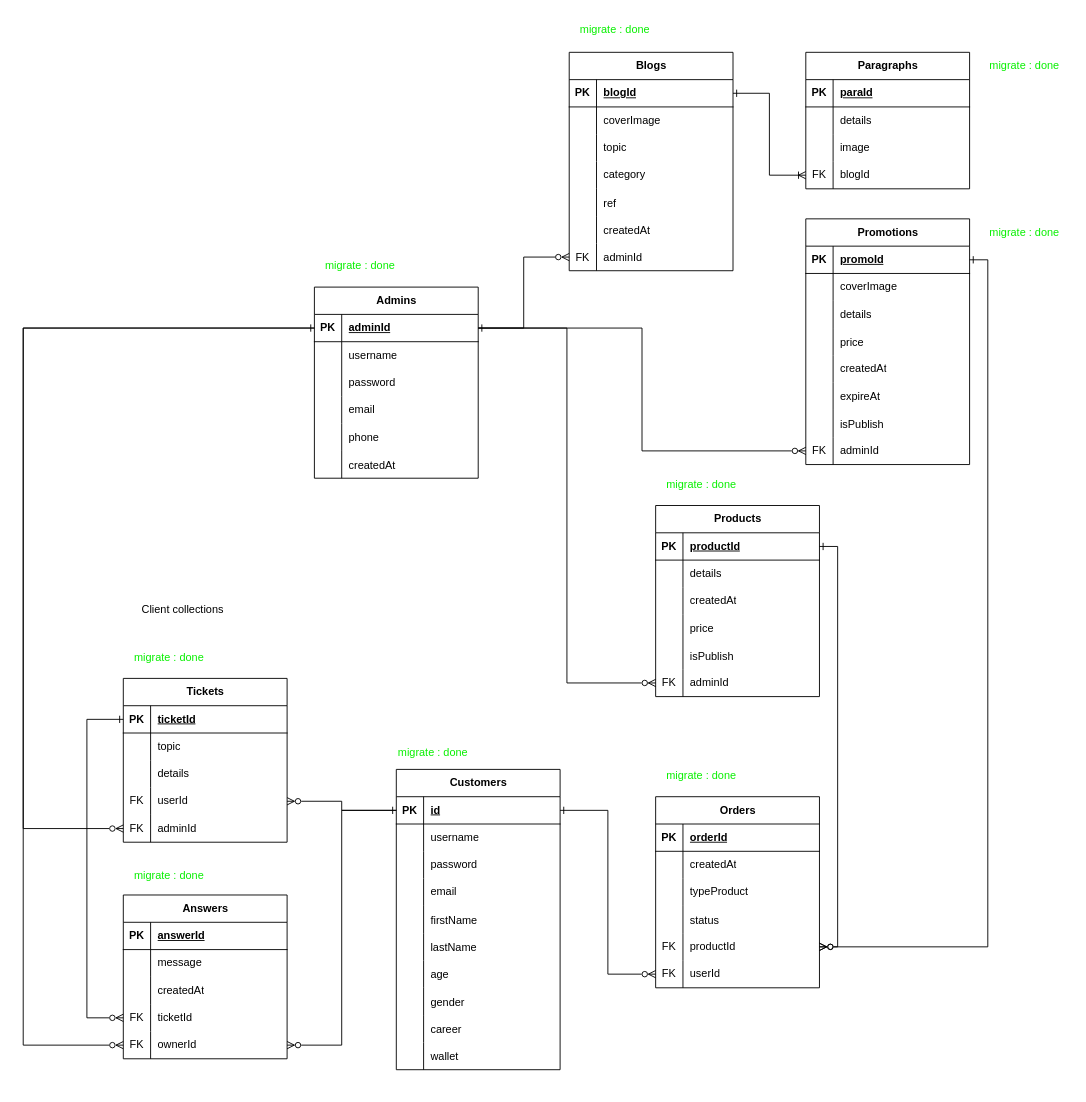
Earlier version of the draw.io diagram UML.drawio (kang-van-gent/I-like). Source tidied: cells renumbered, new cells numbered last; positions are measured from the earlier drawing's top-left corner, leaving out a move shared by most shapes. Both pictures are drawn from the tidied source at 91%, with x=0, y=0 at pixel (23, 15).
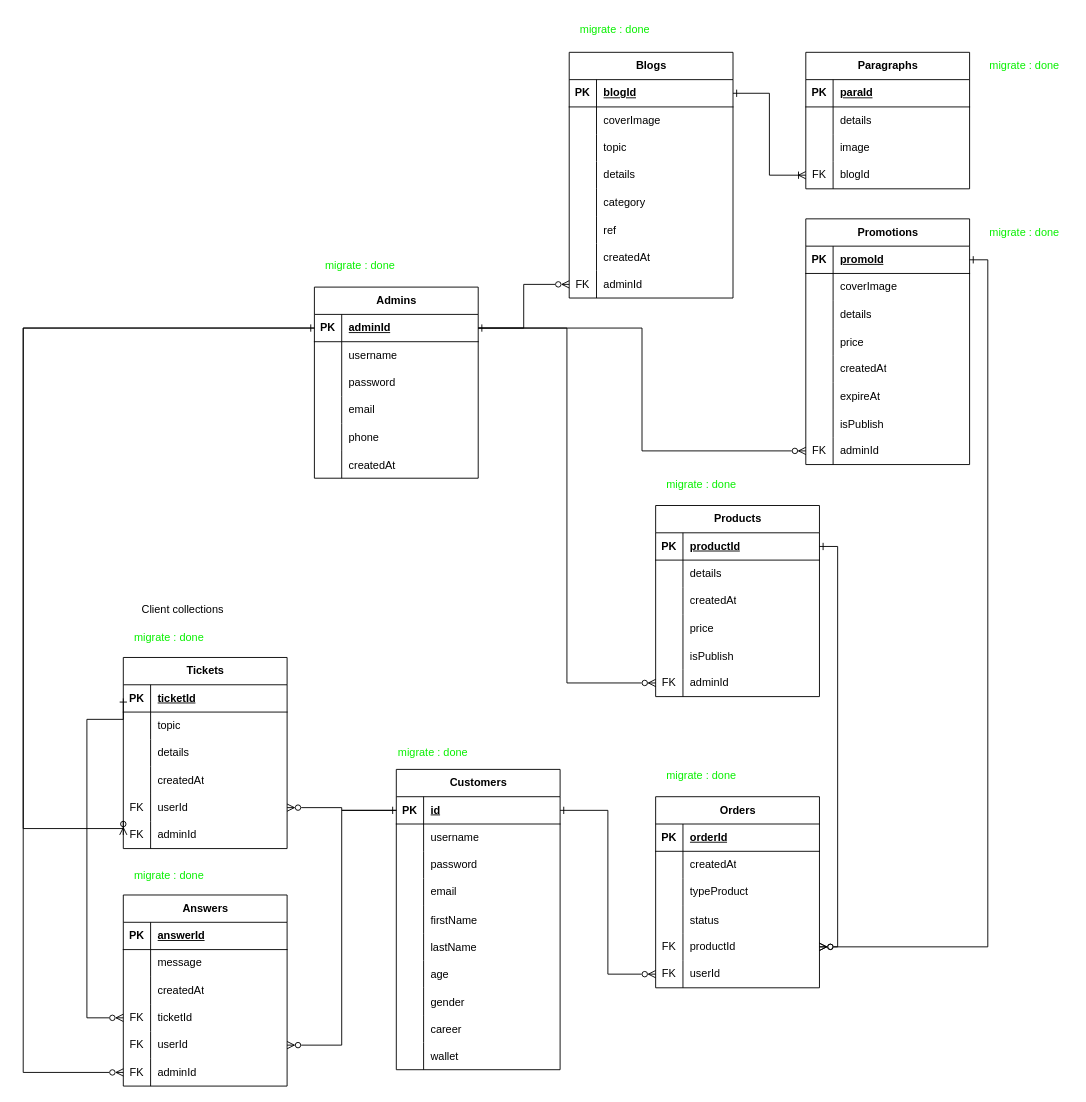
After the change.

The change refers to these unchanged cells:
```xml
<mxCell id="39" style="shape=tableRow;horizontal=0;startSize=0;swimlaneHead=0;swimlaneBody=0;fillColor=none;points=[[0,0.5],[1,0.5]];portConstraint=eastwest;top=0;left=0;right=0;bottom=1;" parent="38" vertex="1">
  <mxGeometry y="30" width="180" height="30" as="geometry" />
</mxCell>
<mxCell id="184" style="shape=tableRow;horizontal=0;startSize=0;swimlaneHead=0;swimlaneBody=0;fillColor=none;points=[[0,0.5],[1,0.5]];portConstraint=eastwest;top=0;left=0;right=0;bottom=0;" parent="171" vertex="1">
  <mxGeometry y="150" width="180" height="30" as="geometry" />
</mxCell>
```

Change to the diagram source:
```diff
@@
     <mxCell id="2" value="Blogs" style="shape=table;startSize=30;childLayout=tableLayout;rowLines=0;fontStyle=1;align=center;html=1;" parent="1" vertex="1">
-      <mxGeometry x="600" y="40" width="180" height="240" as="geometry" />
+      <mxGeometry x="600" y="40" width="180" height="270" as="geometry" />
     </mxCell>
@@
+    <mxCell id="204" style="shape=tableRow;horizontal=0;startSize=0;swimlaneHead=0;swimlaneBody=0;fillColor=none;top=0;left=0;right=0;bottom=0;" parent="2" vertex="1">
+      <mxGeometry y="120" width="180" height="30" as="geometry" />
+    </mxCell>
+    <mxCell id="205" style="shape=partialRectangle;fillColor=none;top=0;left=0;bottom=0;right=0;overflow=hidden;whiteSpace=wrap;html=1;" parent="204" vertex="1">
+      <mxGeometry width="30" height="30" as="geometry" />
+    </mxCell>
+    <mxCell id="206" value="details" style="shape=partialRectangle;fillColor=none;top=0;left=0;bottom=0;right=0;align=left;spacingLeft=6;overflow=hidden;whiteSpace=wrap;html=1;" parent="204" vertex="1">
+      <mxGeometry x="30" width="150" height="30" as="geometry" />
+    </mxCell>
     <mxCell id="12" style="shape=tableRow;horizontal=0;startSize=0;swimlaneHead=0;swimlaneBody=0;fillColor=none;top=0;left=0;right=0;bottom=0;" parent="2" vertex="1">
-      <mxGeometry y="120" width="180" height="30" as="geometry" />
+      <mxGeometry y="150" width="180" height="30" as="geometry" />
     </mxCell>
@@
     <mxCell id="15" style="shape=tableRow;horizontal=0;startSize=0;swimlaneHead=0;swimlaneBody=0;fillColor=none;top=0;left=0;right=0;bottom=0;" parent="2" vertex="1">
-      <mxGeometry y="150" width="180" height="30" as="geometry" />
+      <mxGeometry y="180" width="180" height="30" as="geometry" />
     </mxCell>
@@
     <mxCell id="18" style="shape=tableRow;horizontal=0;startSize=0;swimlaneHead=0;swimlaneBody=0;fillColor=none;top=0;left=0;right=0;bottom=0;" parent="2" vertex="1">
-      <mxGeometry y="180" width="180" height="30" as="geometry" />
+      <mxGeometry y="210" width="180" height="30" as="geometry" />
     </mxCell>
@@
     <mxCell id="21" style="shape=tableRow;horizontal=0;startSize=0;swimlaneHead=0;swimlaneBody=0;fillColor=none;points=[[0,0.5],[1,0.5]];portConstraint=eastwest;top=0;left=0;right=0;bottom=0;" parent="2" vertex="1">
-      <mxGeometry y="210" width="180" height="30" as="geometry" />
+      <mxGeometry y="240" width="180" height="30" as="geometry" />
     </mxCell>
@@
     <mxCell id="109" value="Tickets" style="shape=table;startSize=30;childLayout=tableLayout;rowLines=0;fontStyle=1;align=center;html=1;" parent="1" vertex="1">
-      <mxGeometry x="110" y="728" width="180" height="180" as="geometry" />
+      <mxGeometry x="110" y="705" width="180" height="210" as="geometry" />
     </mxCell>
@@
+    <mxCell id="207" style="shape=tableRow;horizontal=0;startSize=0;swimlaneHead=0;swimlaneBody=0;fillColor=none;top=0;left=0;right=0;bottom=0;" parent="109" vertex="1">
+      <mxGeometry y="120" width="180" height="30" as="geometry" />
+    </mxCell>
+    <mxCell id="208" style="shape=partialRectangle;fillColor=none;top=0;left=0;bottom=0;right=0;overflow=hidden;whiteSpace=wrap;html=1;" parent="207" vertex="1">
+      <mxGeometry width="30" height="30" as="geometry" />
+    </mxCell>
+    <mxCell id="209" value="createdAt" style="shape=partialRectangle;fillColor=none;top=0;left=0;bottom=0;right=0;align=left;spacingLeft=6;overflow=hidden;whiteSpace=wrap;html=1;" parent="207" vertex="1">
+      <mxGeometry x="30" width="150" height="30" as="geometry" />
+    </mxCell>
     <mxCell id="119" style="shape=tableRow;horizontal=0;startSize=0;swimlaneHead=0;swimlaneBody=0;fillColor=none;points=[[0,0.5],[1,0.5]];portConstraint=eastwest;top=0;left=0;right=0;bottom=0;" parent="109" vertex="1">
-      <mxGeometry y="120" width="180" height="30" as="geometry" />
+      <mxGeometry y="150" width="180" height="30" as="geometry" />
     </mxCell>
@@
     <mxCell id="122" style="shape=tableRow;horizontal=0;startSize=0;swimlaneHead=0;swimlaneBody=0;fillColor=none;points=[[0,0.5],[1,0.5]];portConstraint=eastwest;top=0;left=0;right=0;bottom=0;" parent="109" vertex="1">
-      <mxGeometry y="150" width="180" height="30" as="geometry" />
+      <mxGeometry y="180" width="180" height="30" as="geometry" />
     </mxCell>
@@
     <mxCell id="171" value="Answers" style="shape=table;startSize=30;childLayout=tableLayout;rowLines=0;fontStyle=1;align=center;html=1;" parent="1" vertex="1">
-      <mxGeometry x="110" y="966" width="180" height="180" as="geometry" />
+      <mxGeometry x="110" y="966" width="180" height="210" as="geometry" />
     </mxCell>
@@
-    <mxCell id="186" value="ownerId" style="shape=partialRectangle;fillColor=none;top=0;left=0;bottom=0;right=0;align=left;spacingLeft=6;overflow=hidden;whiteSpace=wrap;html=1;" parent="184" vertex="1">
+    <mxCell id="186" value="userId" style="shape=partialRectangle;fillColor=none;top=0;left=0;bottom=0;right=0;align=left;spacingLeft=6;overflow=hidden;whiteSpace=wrap;html=1;" parent="184" vertex="1">
       <mxGeometry x="30" width="150" height="30" as="geometry" />
     </mxCell>
+    <mxCell id="210" style="shape=tableRow;horizontal=0;startSize=0;swimlaneHead=0;swimlaneBody=0;fillColor=none;points=[[0,0.5],[1,0.5]];portConstraint=eastwest;top=0;left=0;right=0;bottom=0;" parent="171" vertex="1">
+      <mxGeometry y="180" width="180" height="30" as="geometry" />
+    </mxCell>
+    <mxCell id="211" value="FK" style="shape=partialRectangle;fillColor=none;top=0;left=0;bottom=0;right=0;overflow=hidden;whiteSpace=wrap;html=1;" parent="210" vertex="1">
+      <mxGeometry width="30" height="30" as="geometry" />
+    </mxCell>
+    <mxCell id="212" value="adminId" style="shape=partialRectangle;fillColor=none;top=0;left=0;bottom=0;right=0;align=left;spacingLeft=6;overflow=hidden;whiteSpace=wrap;html=1;" parent="210" vertex="1">
+      <mxGeometry x="30" width="150" height="30" as="geometry" />
+    </mxCell>
@@
-    <mxCell id="191" style="edgeStyle=orthogonalEdgeStyle;rounded=0;jettySize=auto;html=1;exitX=0;exitY=0.5;exitDx=0;exitDy=0;entryX=0;entryY=0.5;entryDx=0;entryDy=0;endArrow=ERzeroToMany;endFill=0;" parent="1" edge="1" source="39" target="184">
+    <mxCell id="191" style="edgeStyle=orthogonalEdgeStyle;rounded=0;jettySize=auto;html=1;exitX=0;exitY=0.5;exitDx=0;exitDy=0;entryX=0;entryY=0.5;entryDx=0;entryDy=0;endArrow=ERzeroToMany;endFill=0;" parent="1" edge="1" source="39" target="210">
       <mxGeometry relative="1" as="geometry">
         <Array as="points">
           <mxPoint y="343" />
-          <mxPoint y="1131" />
+          <mxPoint y="1161" />
         </Array>
       </mxGeometry>
     </mxCell>
@@
     <mxCell id="199" value="migrate : done" style="text;html=1;align=center;verticalAlign=middle;fontColor=#08F000;" parent="1" vertex="1">
-      <mxGeometry x="110" y="690" width="100" height="30" as="geometry" />
+      <mxGeometry x="110" y="668" width="100" height="30" as="geometry" />
     </mxCell>
```
